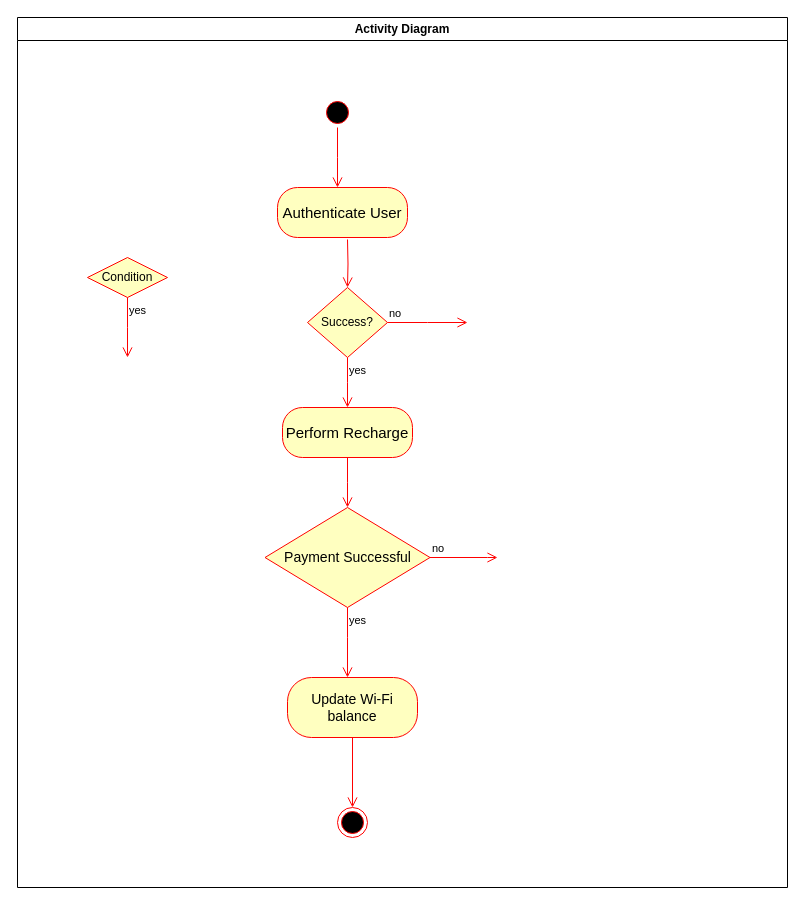
LeloKarma/website keeps this draw.io diagram as activity.drawio. Above is the earlier version. Source tidied: cells renumbered, new cells numbered last; positions are measured from the earlier drawing's top-left corner, leaving out a move shared by most shapes. Both pictures are drawn from the tidied source at 100%, with x=0, y=0 at pixel (17, 17).
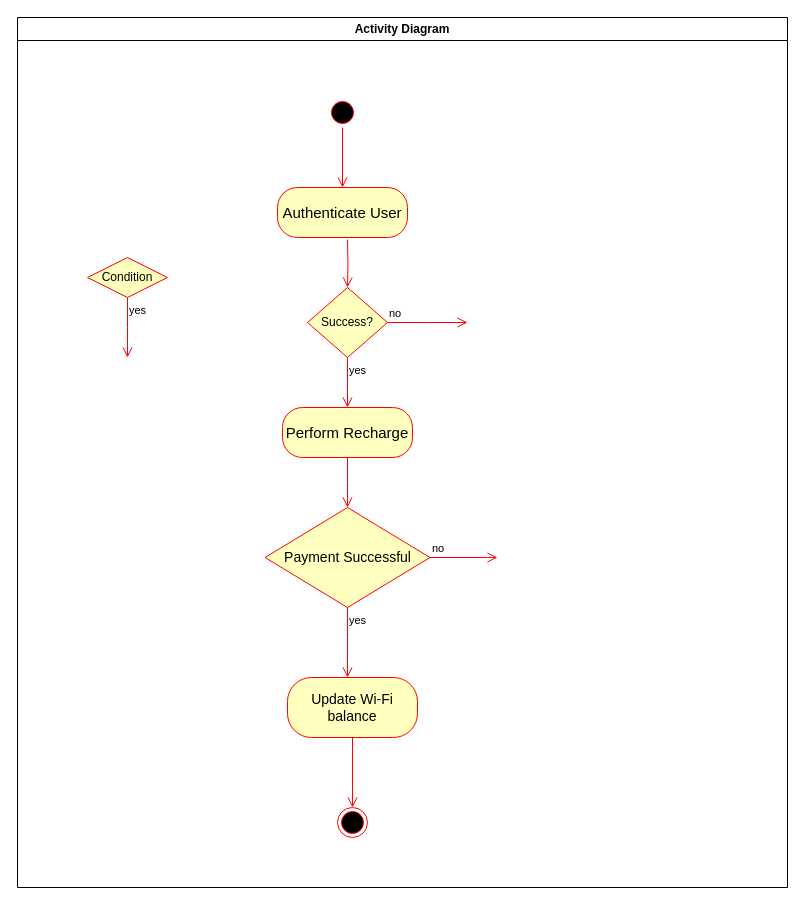
After the change.

Unchanged cells that the change refers to:
```xml
<mxCell id="2" value="Activity Diagram" style="swimlane;whiteSpace=wrap;" parent="1" vertex="1">
  <mxGeometry width="770" height="870" as="geometry" />
</mxCell>
<mxCell id="5" value="&lt;font style=&quot;font-size: 15px;&quot;&gt;Authenticate User&lt;/font&gt;" style="rounded=1;whiteSpace=wrap;html=1;arcSize=40;fontColor=#000000;fillColor=#ffffc0;strokeColor=#ff0000;" parent="2" vertex="1">
  <mxGeometry x="260" y="170" width="130" height="50" as="geometry" />
</mxCell>
```

Diff of the diagram source:
```diff
@@
     <mxCell id="3" style="ellipse;html=1;shape=startState;fillColor=#000000;strokeColor=#ff0000;" parent="2" vertex="1">
-      <mxGeometry x="305" y="80" width="30" height="30" as="geometry" />
+      <mxGeometry x="310" y="80" width="30" height="30" as="geometry" />
     </mxCell>
-    <mxCell id="4" style="edgeStyle=orthogonalEdgeStyle;html=1;verticalAlign=bottom;endArrow=open;endSize=8;strokeColor=#ff0000;rounded=0;" parent="2" edge="1" source="3">
+    <mxCell id="4" style="edgeStyle=orthogonalEdgeStyle;html=1;verticalAlign=bottom;endArrow=open;endSize=8;strokeColor=#ff0000;rounded=0;entryX=0.5;entryY=0;entryDx=0;entryDy=0;" parent="2" edge="1" source="3" target="5">
       <mxGeometry relative="1" as="geometry">
-        <mxPoint x="320" y="170" as="targetPoint" />
+        <Array as="points">
+          <mxPoint x="325" y="110" />
+          <mxPoint x="325" y="110" />
+        </Array>
       </mxGeometry>
     </mxCell>
```
